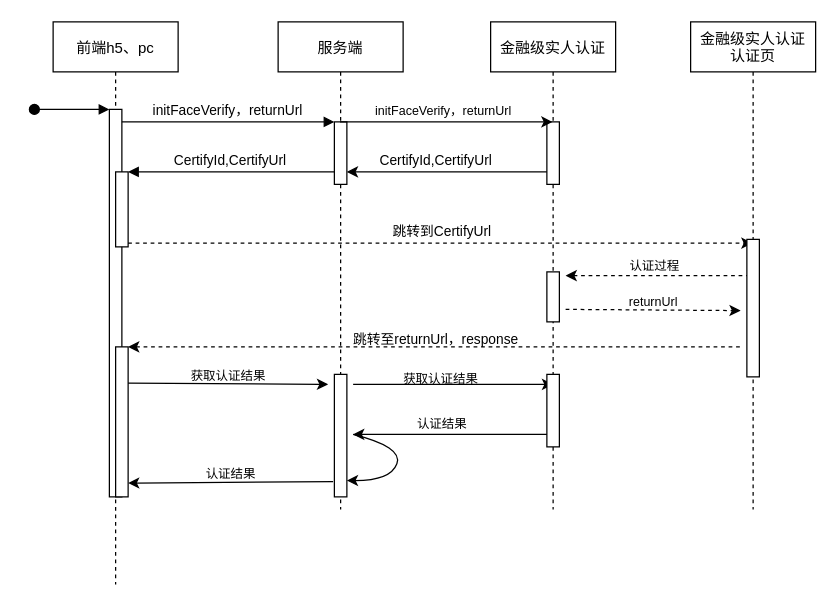
jianzi0307/draw.io keeps this draw.io diagram as 阿里金融级实名认证.drawio. Above is the earlier version. Source tidied: cells renumbered, new cells numbered last; positions are measured from the earlier drawing's top-left corner, leaving out a move shared by most shapes. Both pictures are drawn from the tidied source at 125%, with x=0, y=0 at pixel (34, 21).
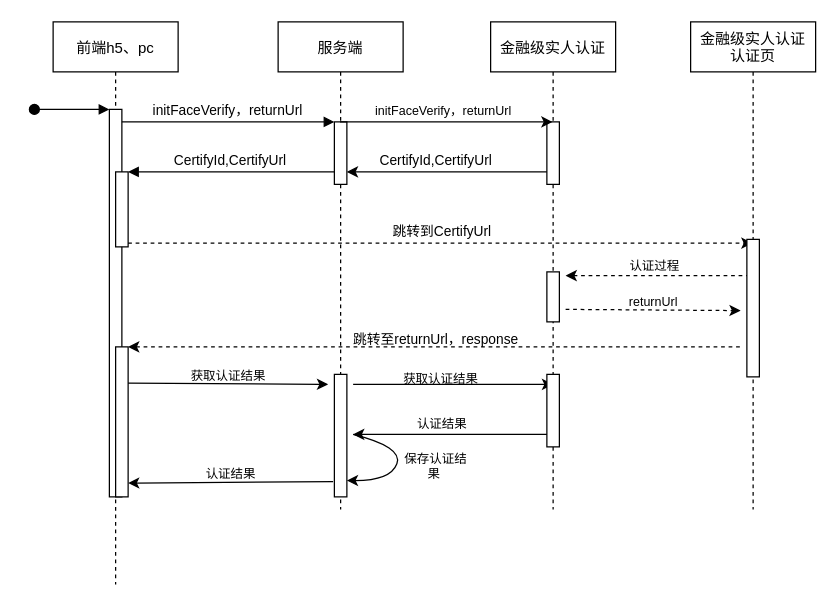
The same page after the edit.

Commit message (it also covers changes not shown here):
更新阿里金融级实名认证.drawio

Diff of the diagram source:
```diff
@@
+    <mxCell id="39" value="&lt;font style=&quot;font-size: 10px;&quot;&gt;&amp;nbsp;保存认证结果&lt;/font&gt;" style="text;html=1;strokeColor=none;fillColor=none;align=center;verticalAlign=middle;whiteSpace=wrap;rounded=0;labelBackgroundColor=none;fontFamily=Helvetica;fontSize=5;fontColor=default;" parent="1" vertex="1">
+      <mxGeometry x="290" y="340" width="60" height="30" as="geometry" />
+    </mxCell>
```
